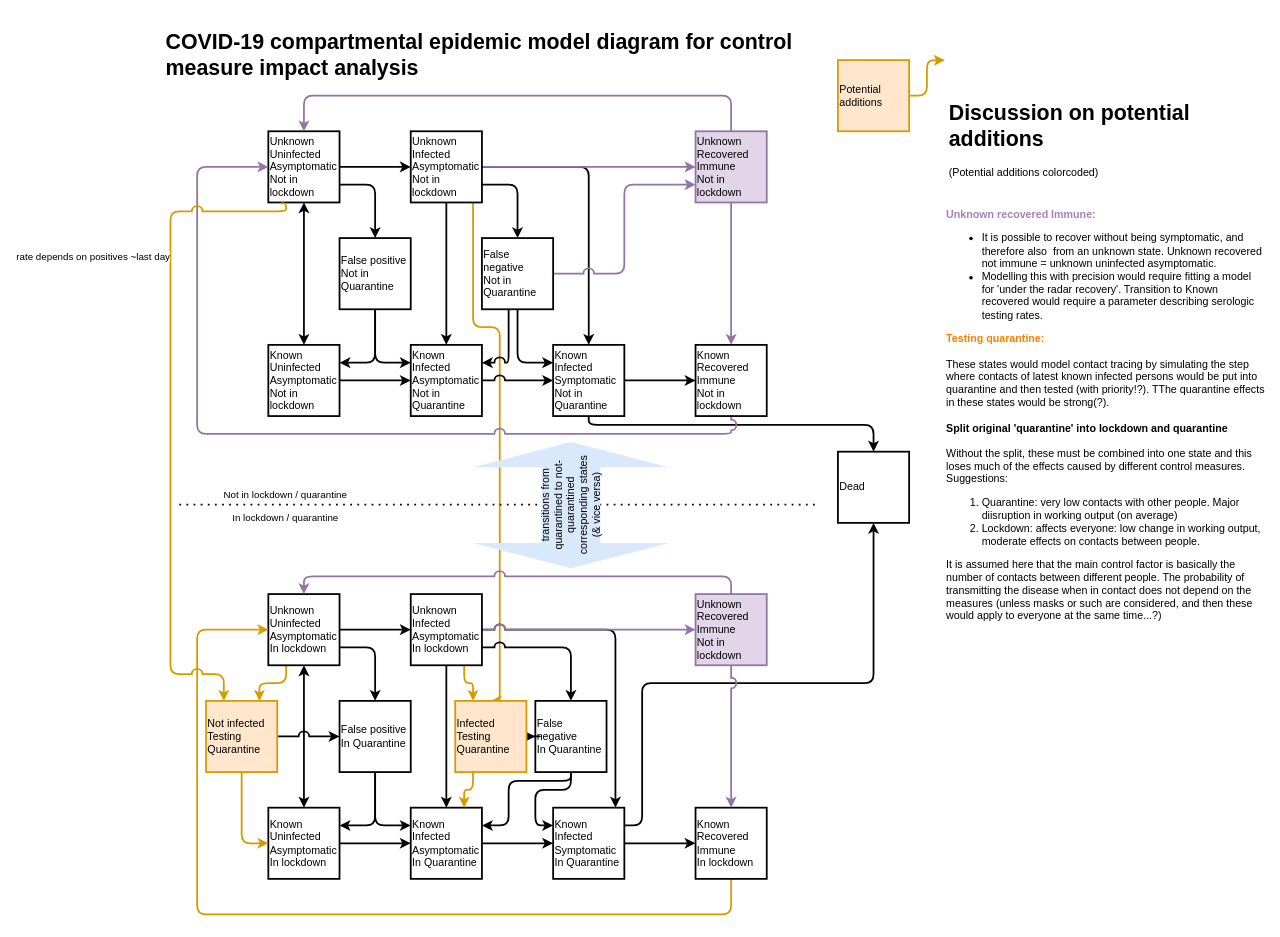
Earlier version of the draw.io diagram page "Model_diagram" (1 of 3) of documentation/model_flowcharts.drawio (lauri-neuvonen/BHM_Covid_Testing). Source tidied: cells renumbered, new cells numbered last; positions are measured from the earlier drawing's top-left corner, leaving out a move shared by most shapes. Both pictures are drawn from the tidied source at 89%, with x=0, y=0 at pixel (161, 24).
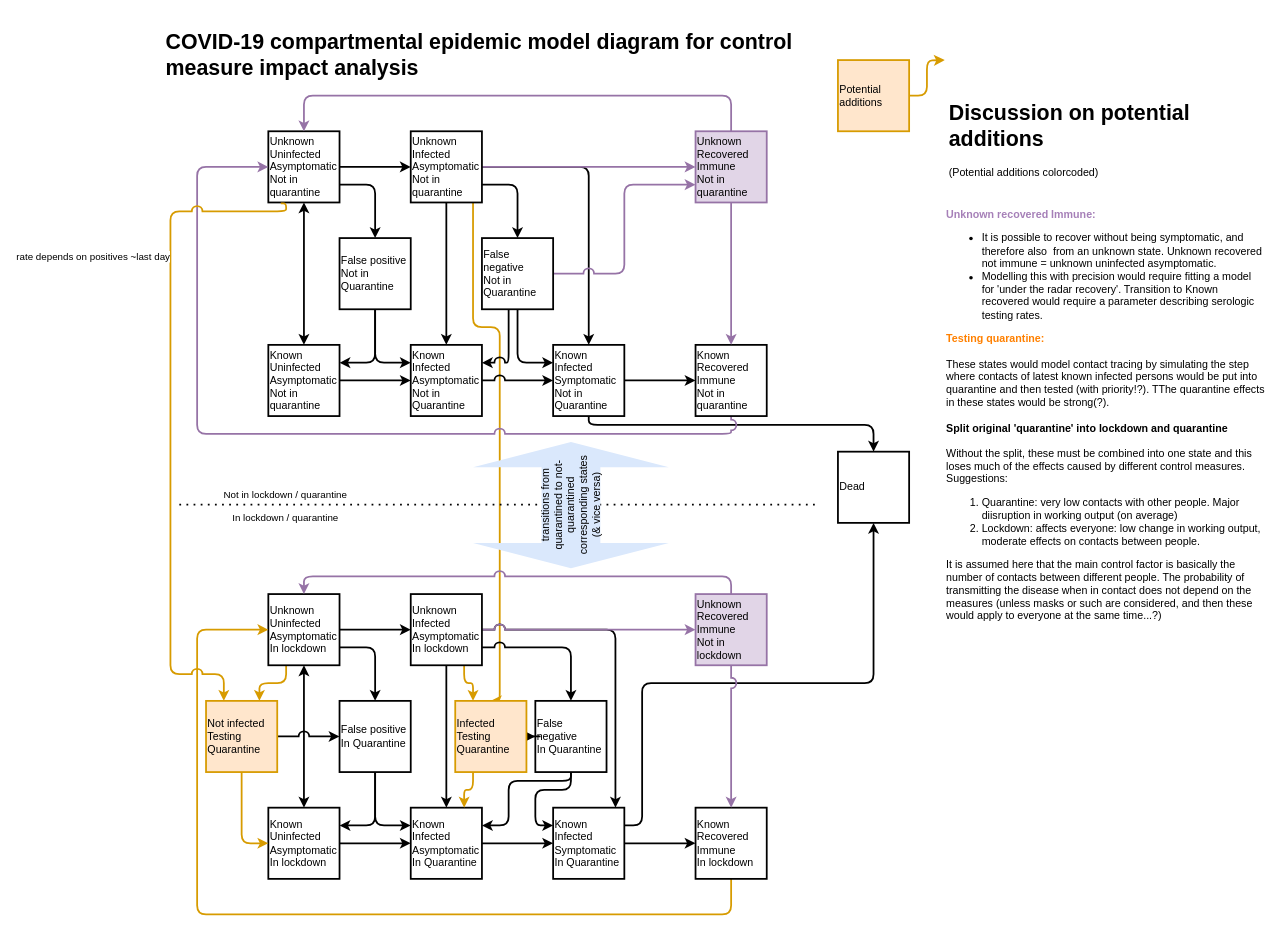
Above is the later version.

Commit message (it also covers changes not shown here):
Modified epidemic model outputs: fixed number of infected and number of recovered (shouldn't affect other results or dynamics). Added outputs for compartents 0-3 (not infected).

Change to the diagram source:
```diff
@@
-    <mxCell id="6" value="Unknown&lt;br&gt;Uninfected&lt;br&gt;Asymptomatic&lt;br&gt;Not in lockdown" style="whiteSpace=wrap;html=1;strokeWidth=2;fillColor=#ffffff;align=left;rounded=0;" parent="1" vertex="1">
+    <mxCell id="6" value="Unknown&lt;br&gt;Uninfected&lt;br&gt;Asymptomatic&lt;br&gt;Not in quarantine" style="whiteSpace=wrap;html=1;strokeWidth=2;fillColor=#ffffff;align=left;rounded=0;" parent="1" vertex="1">
       <mxGeometry x="120" y="120" width="80" height="80" as="geometry" />
     </mxCell>
@@
-    <mxCell id="12" value="Unknown&lt;br&gt;Infected&lt;br&gt;Asymptomatic&lt;br&gt;Not in lockdown" style="whiteSpace=wrap;html=1;strokeWidth=2;fillColor=#ffffff;align=left;rounded=0;" parent="1" vertex="1">
+    <mxCell id="12" value="Unknown&lt;br&gt;Infected&lt;br&gt;Asymptomatic&lt;br&gt;Not in quarantine" style="whiteSpace=wrap;html=1;strokeWidth=2;fillColor=#ffffff;align=left;rounded=0;" parent="1" vertex="1">
       <mxGeometry x="280" y="120" width="80" height="80" as="geometry" />
     </mxCell>
@@
-    <mxCell id="14" value="Known&lt;br&gt;Uninfected&lt;br&gt;Asymptomatic&lt;br&gt;Not in lockdown" style="whiteSpace=wrap;html=1;strokeWidth=2;fillColor=#ffffff;align=left;rounded=0;" parent="1" vertex="1">
+    <mxCell id="14" value="Known&lt;br&gt;Uninfected&lt;br&gt;Asymptomatic&lt;br&gt;Not in quarantine" style="whiteSpace=wrap;html=1;strokeWidth=2;fillColor=#ffffff;align=left;rounded=0;" parent="1" vertex="1">
       <mxGeometry x="120" y="360" width="80" height="80" as="geometry" />
     </mxCell>
@@
-    <mxCell id="21" value="Known&lt;br&gt;Recovered&lt;br&gt;Immune&lt;br&gt;Not in lockdown" style="whiteSpace=wrap;html=1;strokeWidth=2;fillColor=#ffffff;align=left;rounded=0;" parent="1" vertex="1">
+    <mxCell id="21" value="Known&lt;br&gt;Recovered&lt;br&gt;Immune&lt;br&gt;Not in quarantine" style="whiteSpace=wrap;html=1;strokeWidth=2;fillColor=#ffffff;align=left;rounded=0;" parent="1" vertex="1">
       <mxGeometry x="600" y="360" width="80" height="80" as="geometry" />
     </mxCell>
@@
-    <mxCell id="24" value="Unknown&lt;br&gt;Recovered&lt;br&gt;Immune&lt;br&gt;Not in lockdown" style="whiteSpace=wrap;html=1;strokeWidth=2;fillColor=#e1d5e7;align=left;rounded=0;strokeColor=#9673a6;" parent="1" vertex="1">
+    <mxCell id="24" value="Unknown&lt;br&gt;Recovered&lt;br&gt;Immune&lt;br&gt;Not in quarantine" style="whiteSpace=wrap;html=1;strokeWidth=2;fillColor=#e1d5e7;align=left;rounded=0;strokeColor=#9673a6;" parent="1" vertex="1">
       <mxGeometry x="600" y="120" width="80" height="80" as="geometry" />
     </mxCell>
```
